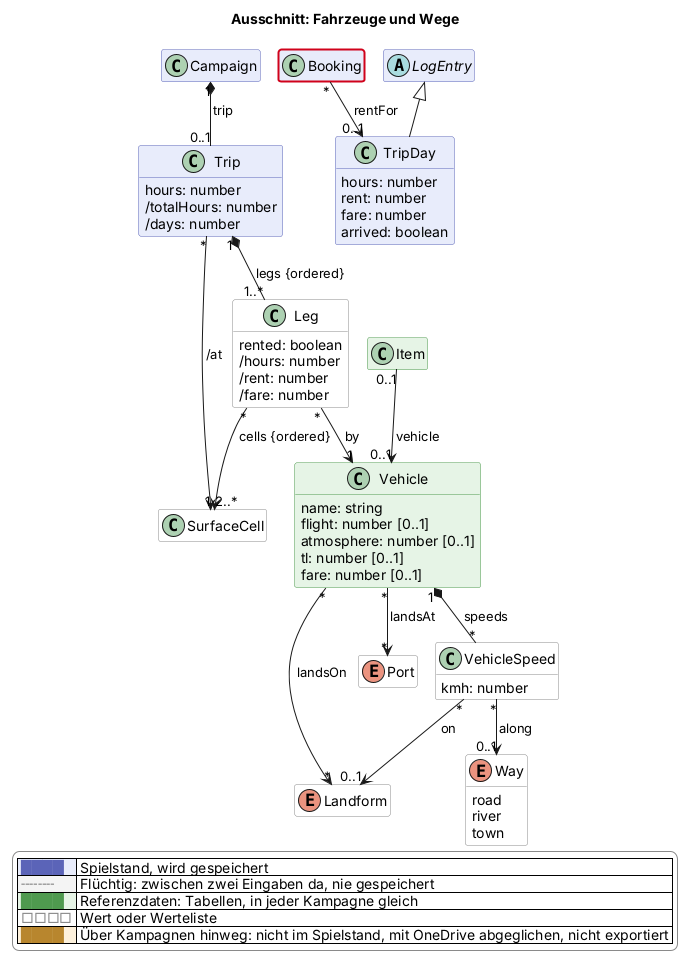
Earlier version of the PlantUML export docs/views/logistik.png (scuzzar/SRE).
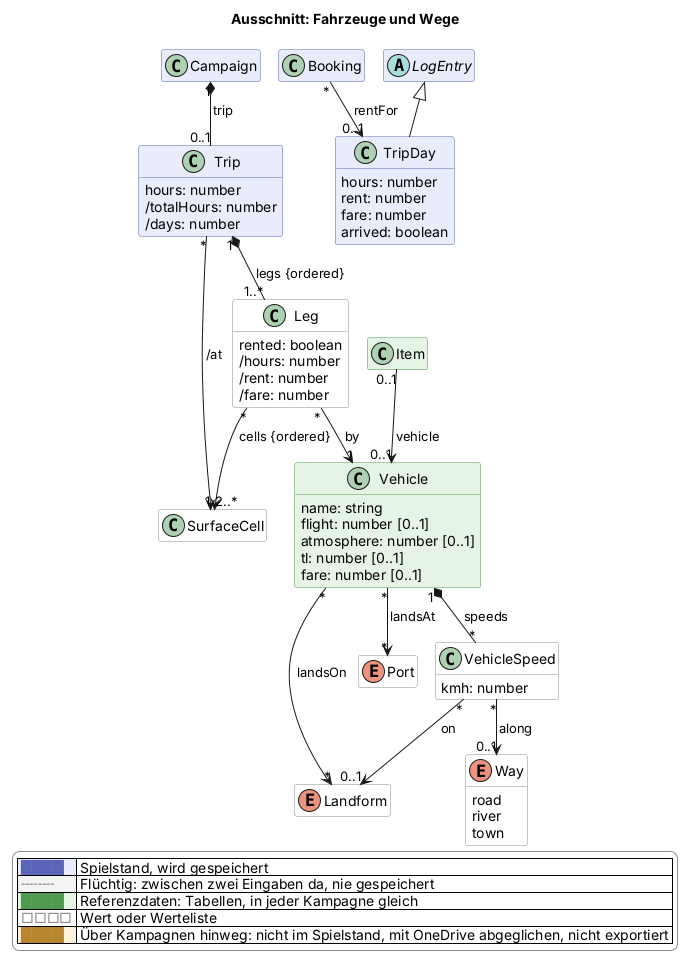
Later version of the same file.

What changed in the source:
```diff
@@ -155,5 +155,4 @@
   |<#ffffff> <color:#8a8a8a>□□□□</color> | Wert oder Werteliste |
   |<#fdf1dc> <color:#b8862e>████</color> | Über Kampagnen hinweg: nicht im Spielstand, mit OneDrive abgeglichen, nicht exportiert |
 endlegend
-class Booking #line:d0021b;line.bold
 @enduml
```
